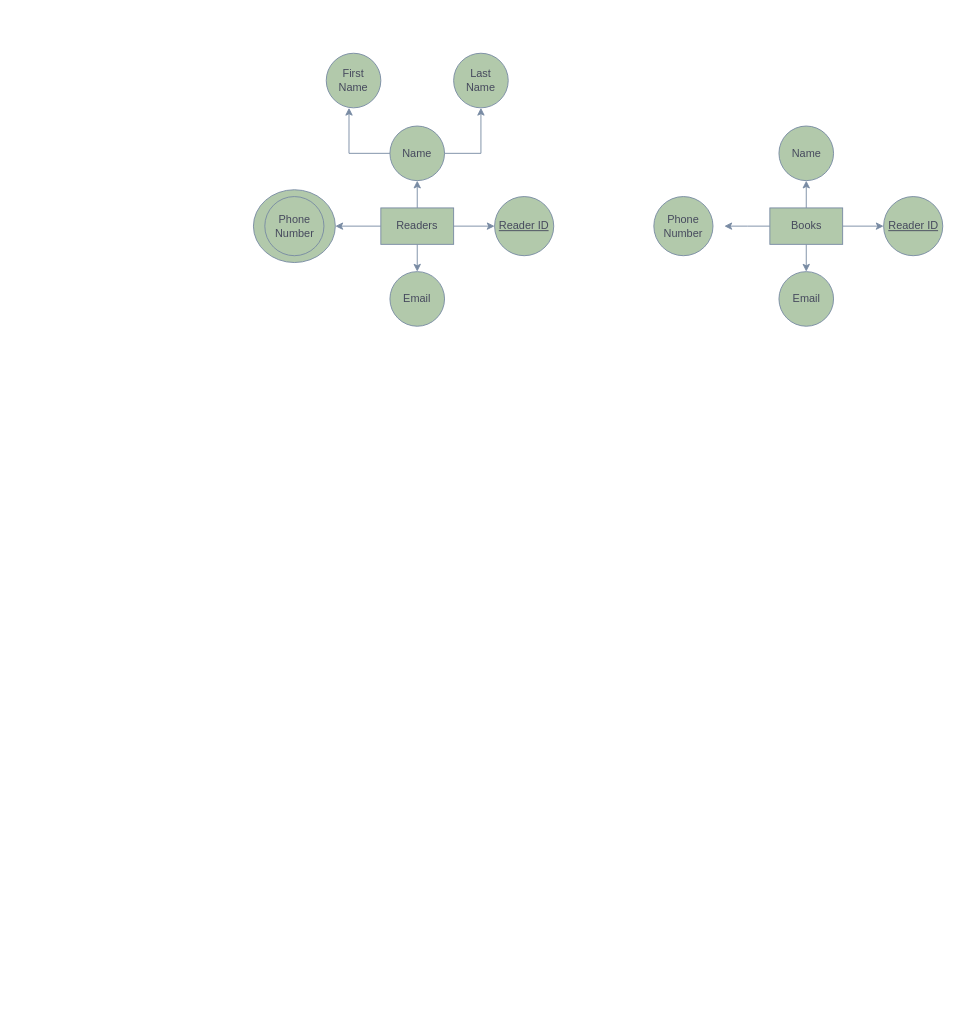
Before: Untitled Diagram.drawio in Milkeybear14/DBMS-Assignment, a draw.io diagram. Source tidied: cells renumbered, new cells numbered last; positions are measured from the earlier drawing's top-left corner, leaving out a move shared by most shapes. Both pictures are drawn from the tidied source at 91%, with x=0, y=0 at pixel (253, 53).
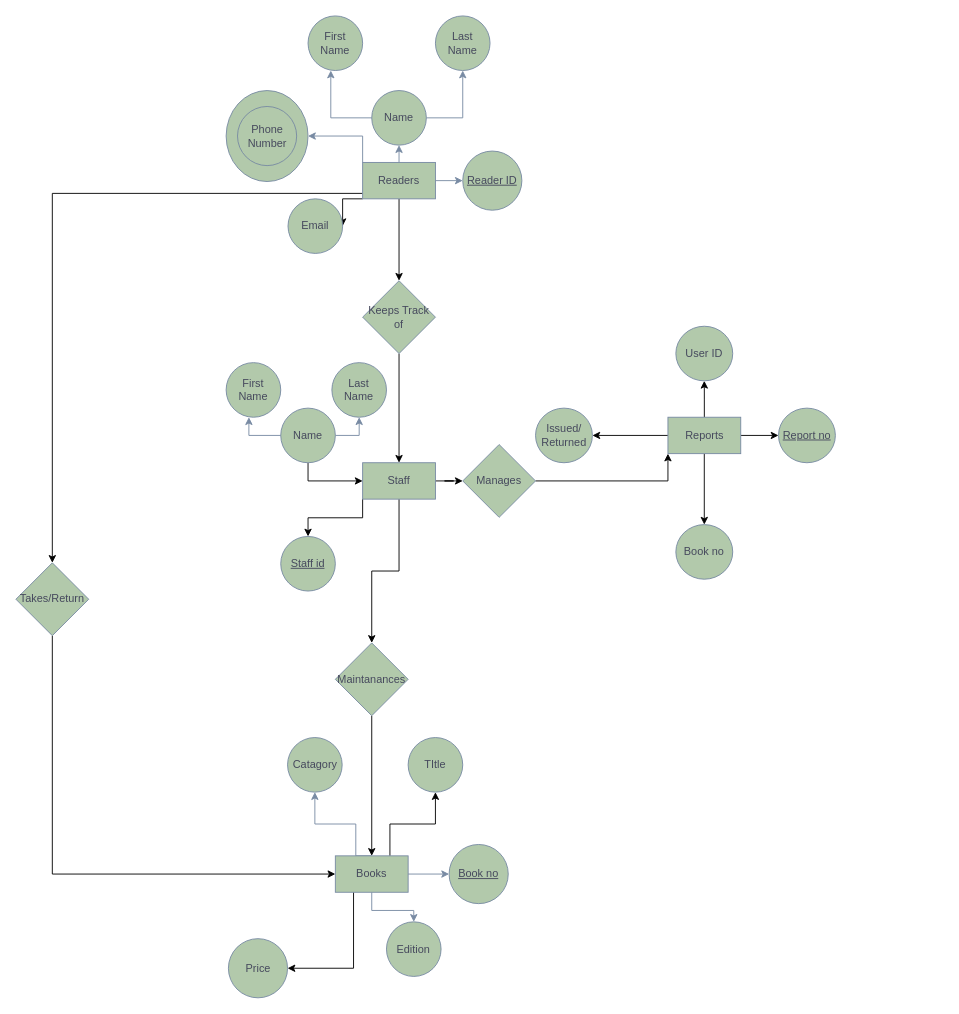
The same diagram, later.

What changed in the source:
```diff
@@
-    <mxCell id="4" style="edgeStyle=orthogonalEdgeStyle;rounded=0;jettySize=auto;html=1;exitX=0;exitY=0.5;exitDx=0;exitDy=0;entryX=1;entryY=0.5;entryDx=0;entryDy=0;labelBackgroundColor=none;strokeColor=#788AA3;fontColor=default;" parent="1" edge="1" source="6" target="9">
+    <mxCell id="4" style="edgeStyle=orthogonalEdgeStyle;rounded=0;jettySize=auto;html=1;exitX=0;exitY=0;exitDx=0;exitDy=0;entryX=1;entryY=0.5;entryDx=0;entryDy=0;labelBackgroundColor=none;strokeColor=#788AA3;fontColor=default;" parent="1" edge="1" source="6" target="9">
       <mxGeometry relative="1" as="geometry" />
     </mxCell>
-    <mxCell id="5" style="edgeStyle=orthogonalEdgeStyle;rounded=0;jettySize=auto;html=1;exitX=0.5;exitY=1;exitDx=0;exitDy=0;entryX=0.5;entryY=0;entryDx=0;entryDy=0;labelBackgroundColor=none;strokeColor=#788AA3;fontColor=default;" parent="1" edge="1" source="6" target="7">
+    <mxCell id="5" style="edgeStyle=orthogonalEdgeStyle;rounded=0;jettySize=auto;html=1;exitX=0;exitY=1;exitDx=0;exitDy=0;entryX=1;entryY=0.5;entryDx=0;entryDy=0;" parent="1" edge="1" source="6" target="7">
       <mxGeometry relative="1" as="geometry" />
     </mxCell>
+    <mxCell id="27" style="edgeStyle=orthogonalEdgeStyle;rounded=0;jettySize=auto;html=1;" parent="1" edge="1" source="6" target="55">
+      <mxGeometry relative="1" as="geometry" />
+    </mxCell>
+    <mxCell id="28" style="edgeStyle=orthogonalEdgeStyle;rounded=0;jettySize=auto;html=1;entryX=1;entryY=0.5;entryDx=0;entryDy=0;" parent="1" edge="1" source="6" target="59">
+      <mxGeometry relative="1" as="geometry">
+        <Array as="points">
+          <mxPoint x="-221" y="154" />
+        </Array>
+      </mxGeometry>
+    </mxCell>
     <mxCell id="6" value="Readers" style="rounded=0;whiteSpace=wrap;html=1;labelBackgroundColor=none;fillColor=#B2C9AB;strokeColor=#788AA3;fontColor=#46495D;" parent="1" vertex="1">
-      <mxGeometry x="140" y="170" width="80" height="40" as="geometry" />
+      <mxGeometry x="120" y="120" width="80" height="40" as="geometry" />
     </mxCell>
     <mxCell id="7" value="Email" style="ellipse;whiteSpace=wrap;html=1;labelBackgroundColor=none;fillColor=#B2C9AB;strokeColor=#788AA3;fontColor=#46495D;" parent="1" vertex="1">
-      <mxGeometry x="150" y="240" width="60" height="60" as="geometry" />
+      <mxGeometry x="38" y="160" width="60" height="60" as="geometry" />
     </mxCell>
     <mxCell id="8" value="&lt;u&gt;Reader ID&lt;/u&gt;" style="ellipse;whiteSpace=wrap;html=1;labelBackgroundColor=none;fillColor=#B2C9AB;strokeColor=#788AA3;fontColor=#46495D;" parent="1" vertex="1">
-      <mxGeometry x="265" y="157.5" width="65" height="65" as="geometry" />
+      <mxGeometry x="230" y="107.5" width="65" height="65" as="geometry" />
     </mxCell>
     <mxCell id="9" style="ellipse;whiteSpace=wrap;html=1;labelBackgroundColor=none;fillColor=#B2C9AB;strokeColor=#788AA3;fontColor=#46495D;" parent="1" vertex="1">
-      <mxGeometry y="150" width="90" height="80" as="geometry" />
+      <mxGeometry x="-30" y="41" width="90" height="100" as="geometry" />
     </mxCell>
@@
     <mxCell id="11" value="Name" style="ellipse;whiteSpace=wrap;html=1;labelBackgroundColor=none;fillColor=#B2C9AB;strokeColor=#788AA3;fontColor=#46495D;" parent="1" vertex="1">
-      <mxGeometry x="150" y="80" width="60" height="60" as="geometry" />
+      <mxGeometry x="130" y="41" width="60" height="60" as="geometry" />
     </mxCell>
     <mxCell id="12" value="First Name" style="ellipse;whiteSpace=wrap;html=1;labelBackgroundColor=none;fillColor=#B2C9AB;strokeColor=#788AA3;fontColor=#46495D;" parent="1" vertex="1">
-      <mxGeometry x="80" width="60" height="60" as="geometry" />
+      <mxGeometry x="60" y="-41" width="60" height="60" as="geometry" />
     </mxCell>
     <mxCell id="13" value="Last Name" style="ellipse;whiteSpace=wrap;html=1;labelBackgroundColor=none;fillColor=#B2C9AB;strokeColor=#788AA3;fontColor=#46495D;" parent="1" vertex="1">
-      <mxGeometry x="220" width="60" height="60" as="geometry" />
+      <mxGeometry x="200" y="-41" width="60" height="60" as="geometry" />
     </mxCell>
@@
     <mxCell id="15" value="Phone Number" style="ellipse;whiteSpace=wrap;html=1;labelBackgroundColor=none;fillColor=#B2C9AB;strokeColor=#788AA3;fontColor=#46495D;" parent="1" vertex="1">
-      <mxGeometry x="12.5" y="157.5" width="65" height="65" as="geometry" />
+      <mxGeometry x="-17.5" y="58.5" width="65" height="65" as="geometry" />
     </mxCell>
@@
     <mxCell id="17" style="edgeStyle=orthogonalEdgeStyle;rounded=0;jettySize=auto;html=1;exitX=0.5;exitY=0;exitDx=0;exitDy=0;entryX=0.5;entryY=1;entryDx=0;entryDy=0;labelBackgroundColor=none;strokeColor=#788AA3;fontColor=default;" parent="1" edge="1" source="21" target="24">
-      <mxGeometry relative="1" as="geometry" />
+      <mxGeometry relative="1" as="geometry">
+        <Array as="points">
+          <mxPoint x="112.5" y="882" />
+          <mxPoint x="112.5" y="847" />
+          <mxPoint x="67.5" y="847" />
+        </Array>
+      </mxGeometry>
     </mxCell>
@@
-    <mxCell id="19" style="edgeStyle=orthogonalEdgeStyle;rounded=0;jettySize=auto;html=1;exitX=0;exitY=0.5;exitDx=0;exitDy=0;entryX=1;entryY=0.5;entryDx=0;entryDy=0;labelBackgroundColor=none;strokeColor=#788AA3;fontColor=default;" parent="1" edge="1" source="21">
-      <mxGeometry relative="1" as="geometry">
-        <mxPoint x="517.5" y="190" as="targetPoint" />
-      </mxGeometry>
-    </mxCell>
@@
+    <mxCell id="29" style="edgeStyle=orthogonalEdgeStyle;rounded=0;jettySize=auto;html=1;exitX=0.25;exitY=1;exitDx=0;exitDy=0;entryX=1;entryY=0.5;entryDx=0;entryDy=0;" parent="1" edge="1" source="21" target="25">
+      <mxGeometry relative="1" as="geometry" />
+    </mxCell>
+    <mxCell id="30" style="edgeStyle=orthogonalEdgeStyle;rounded=0;jettySize=auto;html=1;exitX=0.75;exitY=0;exitDx=0;exitDy=0;entryX=0.5;entryY=1;entryDx=0;entryDy=0;" parent="1" edge="1" source="21" target="31">
+      <mxGeometry relative="1" as="geometry" />
+    </mxCell>
     <mxCell id="21" value="Books" style="rounded=0;whiteSpace=wrap;html=1;labelBackgroundColor=none;fillColor=#B2C9AB;strokeColor=#788AA3;fontColor=#46495D;" parent="1" vertex="1">
-      <mxGeometry x="567.5" y="170" width="80" height="40" as="geometry" />
+      <mxGeometry x="90" y="882" width="80" height="40" as="geometry" />
     </mxCell>
-    <mxCell id="22" value="Email" style="ellipse;whiteSpace=wrap;html=1;labelBackgroundColor=none;fillColor=#B2C9AB;strokeColor=#788AA3;fontColor=#46495D;" parent="1" vertex="1">
-      <mxGeometry x="577.5" y="240" width="60" height="60" as="geometry" />
+    <mxCell id="22" value="Edition" style="ellipse;whiteSpace=wrap;html=1;labelBackgroundColor=none;fillColor=#B2C9AB;strokeColor=#788AA3;fontColor=#46495D;" parent="1" vertex="1">
+      <mxGeometry x="146.2" y="954.5" width="60" height="60" as="geometry" />
     </mxCell>
-    <mxCell id="23" value="&lt;u&gt;Reader ID&lt;/u&gt;" style="ellipse;whiteSpace=wrap;html=1;labelBackgroundColor=none;fillColor=#B2C9AB;strokeColor=#788AA3;fontColor=#46495D;" parent="1" vertex="1">
-      <mxGeometry x="692.5" y="157.5" width="65" height="65" as="geometry" />
+    <mxCell id="23" value="&lt;u&gt;Book no&lt;/u&gt;" style="ellipse;whiteSpace=wrap;html=1;labelBackgroundColor=none;fillColor=#B2C9AB;strokeColor=#788AA3;fontColor=#46495D;" parent="1" vertex="1">
+      <mxGeometry x="215" y="869.5" width="65" height="65" as="geometry" />
     </mxCell>
-    <mxCell id="24" value="Name" style="ellipse;whiteSpace=wrap;html=1;labelBackgroundColor=none;fillColor=#B2C9AB;strokeColor=#788AA3;fontColor=#46495D;" parent="1" vertex="1">
-      <mxGeometry x="577.5" y="80" width="60" height="60" as="geometry" />
+    <mxCell id="24" value="Catagory" style="ellipse;whiteSpace=wrap;html=1;labelBackgroundColor=none;fillColor=#B2C9AB;strokeColor=#788AA3;fontColor=#46495D;" parent="1" vertex="1">
+      <mxGeometry x="37.5" y="752" width="60" height="60" as="geometry" />
     </mxCell>
-    <mxCell id="25" value="Phone Number" style="ellipse;whiteSpace=wrap;html=1;labelBackgroundColor=none;fillColor=#B2C9AB;strokeColor=#788AA3;fontColor=#46495D;" parent="1" vertex="1">
-      <mxGeometry x="440" y="157.5" width="65" height="65" as="geometry" />
+    <mxCell id="25" value="Price" style="ellipse;whiteSpace=wrap;html=1;labelBackgroundColor=none;fillColor=#B2C9AB;strokeColor=#788AA3;fontColor=#46495D;" parent="1" vertex="1">
+      <mxGeometry x="-27.5" y="973" width="65" height="65" as="geometry" />
     </mxCell>
     <mxCell id="26" style="edgeStyle=orthogonalEdgeStyle;rounded=0;orthogonalLoop=1;jettySize=auto;html=1;exitX=0.5;exitY=1;exitDx=0;exitDy=0;labelBackgroundColor=none;strokeColor=#788AA3;fontColor=default;" parent="1" edge="1">
       <mxGeometry relative="1" as="geometry">
-        <mxPoint x="472.5" y="230" as="sourcePoint" />
-        <mxPoint x="472.5" y="230" as="targetPoint" />
+        <mxPoint x="-5" y="942" as="sourcePoint" />
+        <mxPoint x="-5" y="942" as="targetPoint" />
       </mxGeometry>
     </mxCell>
+    <mxCell id="31" value="TItle" style="ellipse;whiteSpace=wrap;html=1;labelBackgroundColor=none;fillColor=#B2C9AB;strokeColor=#788AA3;fontColor=#46495D;" parent="1" vertex="1">
+      <mxGeometry x="170" y="752" width="60" height="60" as="geometry" />
+    </mxCell>
+    <mxCell id="32" style="edgeStyle=orthogonalEdgeStyle;rounded=0;jettySize=auto;html=1;" parent="1" edge="1" source="35" target="53">
+      <mxGeometry relative="1" as="geometry" />
+    </mxCell>
+    <mxCell id="33" style="edgeStyle=orthogonalEdgeStyle;rounded=0;jettySize=auto;html=1;exitX=0;exitY=1;exitDx=0;exitDy=0;" parent="1" edge="1" source="35" target="42">
+      <mxGeometry relative="1" as="geometry" />
+    </mxCell>
+    <mxCell id="34" style="edgeStyle=orthogonalEdgeStyle;rounded=0;jettySize=auto;html=1;exitX=0.5;exitY=1;exitDx=0;exitDy=0;entryX=0.5;entryY=1;entryDx=0;entryDy=0;" parent="1" edge="1" source="35" target="57">
+      <mxGeometry relative="1" as="geometry" />
+    </mxCell>
+    <mxCell id="35" value="Staff" style="rounded=0;whiteSpace=wrap;html=1;labelBackgroundColor=none;fillColor=#B2C9AB;strokeColor=#788AA3;fontColor=#46495D;" parent="1" vertex="1">
+      <mxGeometry x="120" y="450" width="80" height="40" as="geometry" />
+    </mxCell>
+    <mxCell id="36" style="edgeStyle=orthogonalEdgeStyle;rounded=0;jettySize=auto;html=1;exitX=1;exitY=0.5;exitDx=0;exitDy=0;entryX=0.5;entryY=1;entryDx=0;entryDy=0;labelBackgroundColor=none;strokeColor=#788AA3;fontColor=default;" parent="1" edge="1" source="38" target="40">
+      <mxGeometry relative="1" as="geometry" />
+    </mxCell>
+    <mxCell id="37" style="edgeStyle=orthogonalEdgeStyle;rounded=0;jettySize=auto;html=1;exitX=0.5;exitY=1;exitDx=0;exitDy=0;entryX=0;entryY=0.5;entryDx=0;entryDy=0;" parent="1" edge="1" source="38" target="35">
+      <mxGeometry relative="1" as="geometry" />
+    </mxCell>
+    <mxCell id="38" value="Name" style="ellipse;whiteSpace=wrap;html=1;labelBackgroundColor=none;fillColor=#B2C9AB;strokeColor=#788AA3;fontColor=#46495D;" parent="1" vertex="1">
+      <mxGeometry x="30" y="390" width="60" height="60" as="geometry" />
+    </mxCell>
+    <mxCell id="39" value="First Name" style="ellipse;whiteSpace=wrap;html=1;labelBackgroundColor=none;fillColor=#B2C9AB;strokeColor=#788AA3;fontColor=#46495D;" parent="1" vertex="1">
+      <mxGeometry x="-30" y="340" width="60" height="60" as="geometry" />
+    </mxCell>
+    <mxCell id="40" value="Last Name" style="ellipse;whiteSpace=wrap;html=1;labelBackgroundColor=none;fillColor=#B2C9AB;strokeColor=#788AA3;fontColor=#46495D;" parent="1" vertex="1">
+      <mxGeometry x="86.2" y="340" width="60" height="60" as="geometry" />
+    </mxCell>
+    <mxCell id="41" style="edgeStyle=orthogonalEdgeStyle;rounded=0;jettySize=auto;html=1;exitX=0;exitY=0.5;exitDx=0;exitDy=0;entryX=0.417;entryY=1;entryDx=0;entryDy=0;entryPerimeter=0;labelBackgroundColor=none;strokeColor=#788AA3;fontColor=default;" parent="1" edge="1" source="38" target="39">
+      <mxGeometry relative="1" as="geometry" />
+    </mxCell>
+    <mxCell id="42" value="&lt;u&gt;Staff id&lt;/u&gt;" style="ellipse;whiteSpace=wrap;html=1;fillColor=#B2C9AB;strokeColor=#788AA3;fontColor=#46495D;rounded=0;labelBackgroundColor=none;" parent="1" vertex="1">
+      <mxGeometry x="30" y="531" width="60" height="60" as="geometry" />
+    </mxCell>
+    <mxCell id="43" style="edgeStyle=orthogonalEdgeStyle;rounded=0;jettySize=auto;html=1;" parent="1" edge="1" source="47" target="48">
+      <mxGeometry relative="1" as="geometry" />
+    </mxCell>
+    <mxCell id="44" style="edgeStyle=orthogonalEdgeStyle;rounded=0;jettySize=auto;html=1;exitX=0;exitY=0.5;exitDx=0;exitDy=0;entryX=1;entryY=0.5;entryDx=0;entryDy=0;" parent="1" edge="1" source="47" target="49">
+      <mxGeometry relative="1" as="geometry" />
+    </mxCell>
+    <mxCell id="45" style="edgeStyle=orthogonalEdgeStyle;rounded=0;jettySize=auto;html=1;entryX=0.5;entryY=0;entryDx=0;entryDy=0;" parent="1" edge="1" source="47" target="50">
+      <mxGeometry relative="1" as="geometry" />
+    </mxCell>
+    <mxCell id="46" style="edgeStyle=orthogonalEdgeStyle;rounded=0;jettySize=auto;html=1;exitX=1;exitY=0.5;exitDx=0;exitDy=0;entryX=0;entryY=0.5;entryDx=0;entryDy=0;" parent="1" edge="1" source="47" target="51">
+      <mxGeometry relative="1" as="geometry" />
+    </mxCell>
+    <mxCell id="47" value="Reports" style="rounded=0;whiteSpace=wrap;html=1;labelBackgroundColor=none;fillColor=#B2C9AB;strokeColor=#788AA3;fontColor=#46495D;" parent="1" vertex="1">
+      <mxGeometry x="455.5" y="400" width="80" height="40" as="geometry" />
+    </mxCell>
+    <mxCell id="48" value="User ID" style="ellipse;whiteSpace=wrap;html=1;fillColor=#B2C9AB;strokeColor=#788AA3;fontColor=#46495D;rounded=0;labelBackgroundColor=none;" parent="1" vertex="1">
+      <mxGeometry x="464.2" y="300" width="62.5" height="60" as="geometry" />
+    </mxCell>
+    <mxCell id="49" value="Issued/ Returned" style="ellipse;whiteSpace=wrap;html=1;fillColor=#B2C9AB;strokeColor=#788AA3;fontColor=#46495D;rounded=0;labelBackgroundColor=none;" parent="1" vertex="1">
+      <mxGeometry x="310" y="390" width="62.5" height="60" as="geometry" />
+    </mxCell>
+    <mxCell id="50" value="Book no" style="ellipse;whiteSpace=wrap;html=1;fillColor=#B2C9AB;strokeColor=#788AA3;fontColor=#46495D;rounded=0;labelBackgroundColor=none;" parent="1" vertex="1">
+      <mxGeometry x="464.2" y="518" width="62.5" height="60" as="geometry" />
+    </mxCell>
+    <mxCell id="51" value="&lt;u&gt;Report no&lt;/u&gt;" style="ellipse;whiteSpace=wrap;html=1;fillColor=#B2C9AB;strokeColor=#788AA3;fontColor=#46495D;rounded=0;labelBackgroundColor=none;" parent="1" vertex="1">
+      <mxGeometry x="577" y="390" width="62.5" height="60" as="geometry" />
+    </mxCell>
+    <mxCell id="52" style="edgeStyle=orthogonalEdgeStyle;rounded=0;jettySize=auto;html=1;exitX=1;exitY=0.5;exitDx=0;exitDy=0;entryX=0;entryY=1;entryDx=0;entryDy=0;" parent="1" edge="1" source="53" target="47">
+      <mxGeometry relative="1" as="geometry" />
+    </mxCell>
+    <mxCell id="53" value="Manages" style="rhombus;whiteSpace=wrap;html=1;fillColor=#B2C9AB;strokeColor=#788AA3;fontColor=#46495D;rounded=0;labelBackgroundColor=none;" parent="1" vertex="1">
+      <mxGeometry x="230" y="430" width="80" height="80" as="geometry" />
+    </mxCell>
+    <mxCell id="54" style="edgeStyle=orthogonalEdgeStyle;rounded=0;jettySize=auto;html=1;exitX=0.5;exitY=1;exitDx=0;exitDy=0;entryX=0.5;entryY=0;entryDx=0;entryDy=0;" parent="1" edge="1" source="55" target="35">
+      <mxGeometry relative="1" as="geometry" />
+    </mxCell>
+    <mxCell id="55" value="Keeps Track of" style="rhombus;whiteSpace=wrap;html=1;fillColor=#B2C9AB;strokeColor=#788AA3;fontColor=#46495D;rounded=0;labelBackgroundColor=none;" parent="1" vertex="1">
+      <mxGeometry x="120" y="250" width="80" height="80" as="geometry" />
+    </mxCell>
+    <mxCell id="56" style="edgeStyle=orthogonalEdgeStyle;rounded=0;jettySize=auto;html=1;exitX=0.5;exitY=0;exitDx=0;exitDy=0;entryX=0.5;entryY=0;entryDx=0;entryDy=0;" parent="1" edge="1" source="57" target="21">
+      <mxGeometry relative="1" as="geometry" />
+    </mxCell>
+    <mxCell id="57" value="Maintanances" style="rhombus;whiteSpace=wrap;html=1;fillColor=#B2C9AB;strokeColor=#788AA3;fontColor=#46495D;rounded=0;labelBackgroundColor=none;direction=west;" parent="1" vertex="1">
+      <mxGeometry x="90" y="648" width="80" height="80" as="geometry" />
+    </mxCell>
+    <mxCell id="58" style="edgeStyle=orthogonalEdgeStyle;rounded=0;jettySize=auto;html=1;exitX=0;exitY=0.5;exitDx=0;exitDy=0;entryX=0;entryY=0.5;entryDx=0;entryDy=0;" parent="1" edge="1" source="59" target="21">
+      <mxGeometry relative="1" as="geometry" />
+    </mxCell>
+    <mxCell id="59" value="Takes/Return" style="rhombus;whiteSpace=wrap;html=1;fillColor=#B2C9AB;strokeColor=#788AA3;fontColor=#46495D;rounded=0;labelBackgroundColor=none;direction=north;" parent="1" vertex="1">
+      <mxGeometry x="-261" y="560" width="80" height="80" as="geometry" />
+    </mxCell>
```
